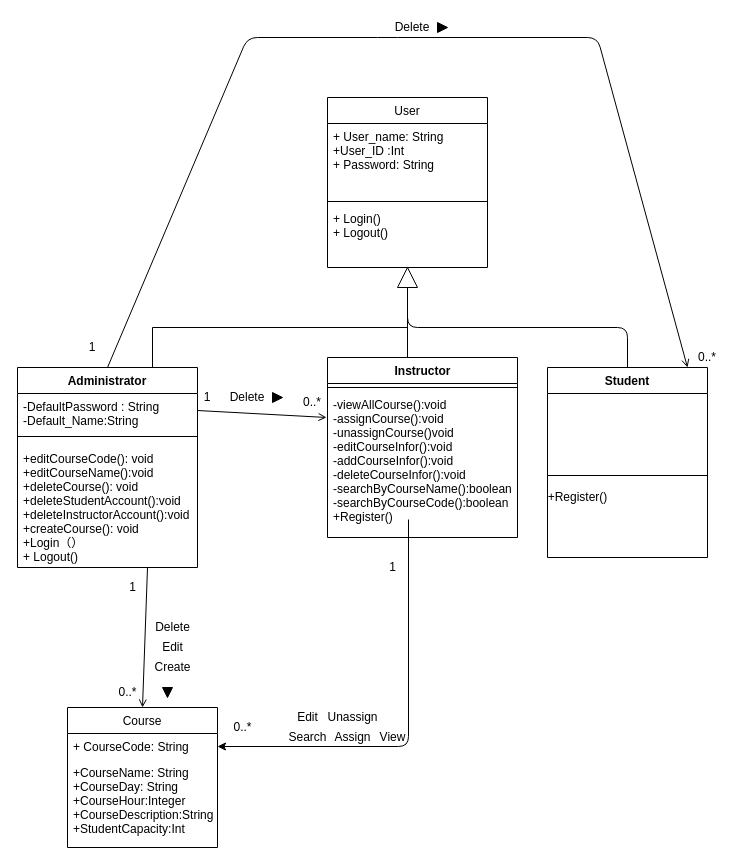
Earlier version of the draw.io diagram SEG2105_Project.drawio (Ze-48346/SEG2105_Project_Work). Source tidied: cells renumbered, new cells numbered last; positions are measured from the earlier drawing's top-left corner, leaving out a move shared by most shapes. Both pictures are drawn from the tidied source at 100%, with x=0, y=0 at pixel (17, 17).
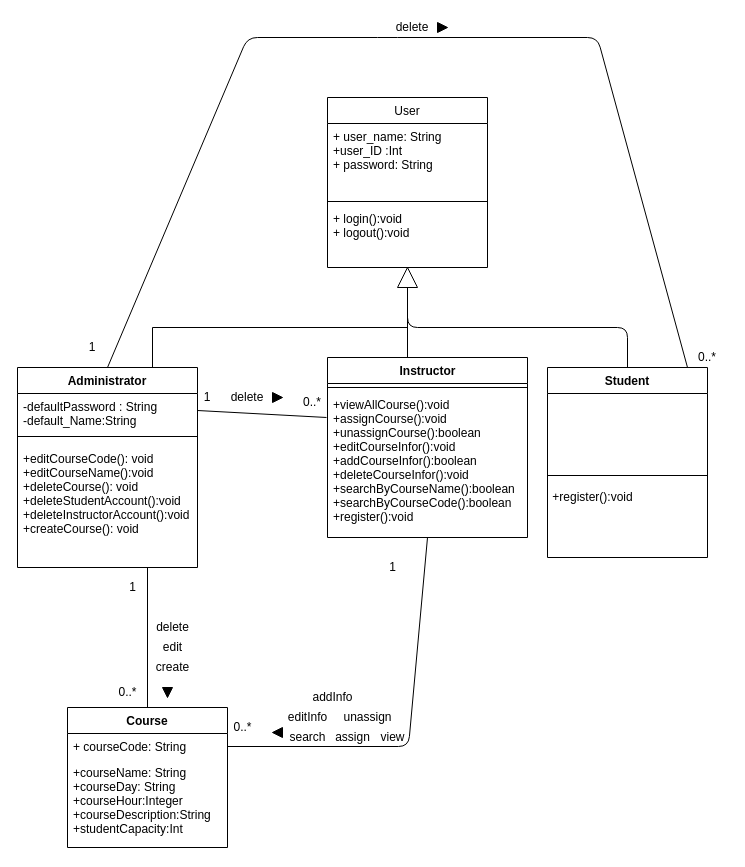
After the change.

The change refers to these unchanged cells:
```xml
<mxCell id="3" value="User" style="swimlane;fontStyle=0;align=center;verticalAlign=top;horizontal=1;startSize=26;" parent="1" vertex="1">
  <mxGeometry x="310" y="80" width="160" height="170" as="geometry" />
</mxCell>
<mxCell id="7" value=" Administrator" style="swimlane;fontStyle=1;align=center;verticalAlign=top;horizontal=1;startSize=26;" parent="1" vertex="1">
  <mxGeometry y="350" width="180" height="200" as="geometry" />
</mxCell>
<mxCell id="28" value="0..*" style="text;html=1;strokeColor=none;fillColor=none;align=center;verticalAlign=middle;whiteSpace=wrap;rounded=0;" parent="1" vertex="1">
  <mxGeometry x="670" y="330" width="40" height="20" as="geometry" />
</mxCell>
```

The edit, as a diff of the source:
```diff
@@
-    <mxCell id="4" value="+ User_name: String&#10;+User_ID :Int&#10;+ Password: String" style="text;strokeColor=none;fillColor=none;align=left;verticalAlign=top;spacingLeft=4;spacingRight=4;overflow=hidden;" parent="3" vertex="1">
+    <mxCell id="4" value="+ user_name: String&#10;+user_ID :Int&#10;+ password: String" style="text;strokeColor=none;fillColor=none;align=left;verticalAlign=top;spacingLeft=4;spacingRight=4;overflow=hidden;" parent="3" vertex="1">
       <mxGeometry y="26" width="160" height="74" as="geometry" />
     </mxCell>
@@
-    <mxCell id="6" value="+ Login()&#10;+ Logout()&#10;&#10;" style="text;strokeColor=none;fillColor=none;align=left;verticalAlign=top;spacingLeft=4;spacingRight=4;overflow=hidden;" parent="3" vertex="1">
+    <mxCell id="6" value="+ login():void&#10;+ logout():void&#10;&#10;" style="text;strokeColor=none;fillColor=none;align=left;verticalAlign=top;spacingLeft=4;spacingRight=4;overflow=hidden;" parent="3" vertex="1">
       <mxGeometry y="108" width="160" height="62" as="geometry" />
     </mxCell>
@@
-    <mxCell id="8" value="-DefaultPassword : String&#10;-Default_Name:String&#10;" style="text;strokeColor=none;fillColor=none;align=left;verticalAlign=top;spacingLeft=4;spacingRight=4;overflow=hidden;points=[[0,0.5],[1,0.5]];portConstraint=eastwest;" parent="7" vertex="1">
+    <mxCell id="8" value="-defaultPassword : String&#10;-default_Name:String&#10;" style="text;strokeColor=none;fillColor=none;align=left;verticalAlign=top;spacingLeft=4;spacingRight=4;overflow=hidden;points=[[0,0.5],[1,0.5]];portConstraint=eastwest;" parent="7" vertex="1">
       <mxGeometry y="26" width="180" height="34" as="geometry" />
     </mxCell>
@@
-    <mxCell id="10" value="+editCourseCode(): void&#10;+editCourseName():void&#10;+deleteCourse(): void&#10;+deleteStudentAccount():void&#10;+deleteInstructorAccount():void&#10;+createCourse(): void&#10;+Login（）&#10;+ Logout()&#10;&#10;" style="text;strokeColor=none;fillColor=none;align=left;verticalAlign=top;spacingLeft=4;spacingRight=4;overflow=hidden;" parent="7" vertex="1">
+    <mxCell id="10" value="+editCourseCode(): void&#10;+editCourseName():void&#10;+deleteCourse(): void&#10;+deleteStudentAccount():void&#10;+deleteInstructorAccount():void&#10;+createCourse(): void&#10;&#10;" style="text;strokeColor=none;fillColor=none;align=left;verticalAlign=top;spacingLeft=4;spacingRight=4;overflow=hidden;" parent="7" vertex="1">
       <mxGeometry y="78" width="180" height="122" as="geometry" />
     </mxCell>
@@
-    <mxCell id="14" value="Course" style="swimlane;fontStyle=0;horizontal=1;startSize=26;fillColor=none;" parent="1" vertex="1">
-      <mxGeometry x="50" y="690" width="150" height="140" as="geometry" />
+    <mxCell id="14" value="Course" style="swimlane;fontStyle=1;horizontal=1;startSize=26;fillColor=none;" parent="1" vertex="1">
+      <mxGeometry x="50" y="690" width="160" height="140" as="geometry" />
     </mxCell>
-    <mxCell id="15" value="+ CourseCode: String" style="text;strokeColor=none;fillColor=none;align=left;verticalAlign=top;spacingLeft=4;spacingRight=4;overflow=hidden;points=[[0,0.5],[1,0.5]];portConstraint=eastwest;" parent="14" vertex="1">
-      <mxGeometry y="26" width="150" height="26" as="geometry" />
+    <mxCell id="15" value="+ courseCode: String" style="text;strokeColor=none;fillColor=none;align=left;verticalAlign=top;spacingLeft=4;spacingRight=4;overflow=hidden;points=[[0,0.5],[1,0.5]];portConstraint=eastwest;" parent="14" vertex="1">
+      <mxGeometry y="26" width="160" height="26" as="geometry" />
     </mxCell>
-    <mxCell id="16" value="+CourseName: String &#10;+CourseDay: String&#10;+CourseHour:Integer&#10;+CourseDescription:String&#10;+StudentCapacity:Int&#10;&#10;&#10;" style="text;strokeColor=none;fillColor=none;align=left;verticalAlign=top;spacingLeft=4;spacingRight=4;overflow=hidden;" parent="14" vertex="1">
-      <mxGeometry y="52" width="150" height="88" as="geometry" />
+    <mxCell id="16" value="+courseName: String &#10;+courseDay: String&#10;+courseHour:Integer&#10;+courseDescription:String&#10;+studentCapacity:Int&#10;&#10;&#10;" style="text;strokeColor=none;fillColor=none;align=left;verticalAlign=top;spacingLeft=4;spacingRight=4;overflow=hidden;" parent="14" vertex="1">
+      <mxGeometry y="52" width="160" height="88" as="geometry" />
     </mxCell>
@@
-    <mxCell id="18" value="Create" style="text;html=1;align=center;verticalAlign=middle;strokeColor=none;" parent="1" vertex="1">
+    <mxCell id="18" value="create" style="text;html=1;align=center;verticalAlign=middle;strokeColor=none;" parent="1" vertex="1">
       <mxGeometry x="130" y="640" width="50" height="20" as="geometry" />
     </mxCell>
@@
-    <mxCell id="20" style="endArrow=open;html=1;entryX=-0.005;entryY=0.178;entryDx=0;entryDy=0;exitX=1;exitY=0.5;exitDx=0;exitDy=0;entryPerimeter=0;endFill=0;" parent="1" edge="1" source="8" target="38">
+    <mxCell id="20" style="endArrow=none;html=1;entryX=-0.005;entryY=0.178;entryDx=0;entryDy=0;exitX=1;exitY=0.5;exitDx=0;exitDy=0;entryPerimeter=0;endFill=0;" parent="1" edge="1" source="8" target="38">
       <mxGeometry relative="1" as="geometry" />
     </mxCell>
-    <mxCell id="21" value="Delete" style="text;html=1;strokeColor=none;fillColor=none;align=center;verticalAlign=middle;whiteSpace=wrap;rounded=0;" parent="1" vertex="1">
+    <mxCell id="21" value="delete" style="text;html=1;strokeColor=none;fillColor=none;align=center;verticalAlign=middle;whiteSpace=wrap;rounded=0;" parent="1" vertex="1">
       <mxGeometry x="210" y="370" width="40" height="20" as="geometry" />
     </mxCell>
@@
-    <mxCell id="25" style="endArrow=open;html=1;exitX=0.5;exitY=0;exitDx=0;exitDy=0;entryX=0;entryY=1;entryDx=0;entryDy=0;endFill=0;" parent="1" edge="1" source="7" target="28">
+    <mxCell id="25" style="endArrow=none;html=1;exitX=0.5;exitY=0;exitDx=0;exitDy=0;entryX=0;entryY=1;entryDx=0;entryDy=0;endFill=0;" parent="1" edge="1" source="7" target="28">
       <mxGeometry relative="1" as="geometry">
         <Array as="points">
           <mxPoint x="230" y="20" />
           <mxPoint x="370" y="20" />
           <mxPoint x="580" y="20" />
         </Array>
       </mxGeometry>
     </mxCell>
-    <mxCell id="26" value="Delete" style="text;html=1;strokeColor=none;fillColor=none;align=center;verticalAlign=middle;whiteSpace=wrap;rounded=0;" parent="1" vertex="1">
+    <mxCell id="26" value="delete" style="text;html=1;strokeColor=none;fillColor=none;align=center;verticalAlign=middle;whiteSpace=wrap;rounded=0;" parent="1" vertex="1">
       <mxGeometry x="375" width="40" height="20" as="geometry" />
     </mxCell>
@@
-    <mxCell id="30" value="Edit" style="text;html=1;align=center;verticalAlign=middle;strokeColor=none;" parent="1" vertex="1">
-      <mxGeometry x="135" y="620" width="40" height="20" as="geometry" />
+    <mxCell id="30" value="edit" style="text;html=1;align=center;verticalAlign=middle;strokeColor=none;" parent="1" vertex="1">
+      <mxGeometry x="140" y="620" width="30" height="20" as="geometry" />
     </mxCell>
-    <mxCell id="31" value="Delete" style="text;html=1;align=center;verticalAlign=middle;strokeColor=none;" parent="1" vertex="1">
+    <mxCell id="31" value="delete" style="text;html=1;align=center;verticalAlign=middle;strokeColor=none;" parent="1" vertex="1">
       <mxGeometry x="130" y="600" width="50" height="20" as="geometry" />
     </mxCell>
-    <mxCell id="32" style="endArrow=open;html=1;entryX=0.5;entryY=0;entryDx=0;entryDy=0;endFill=0;" parent="1" edge="1" target="14">
+    <mxCell id="32" style="endArrow=none;html=1;entryX=0.5;entryY=0;entryDx=0;entryDy=0;endFill=0;" parent="1" edge="1" target="14">
       <mxGeometry relative="1" as="geometry">
         <mxPoint x="130" y="550" as="sourcePoint" />
       </mxGeometry>
     </mxCell>
@@
     <mxCell id="36" value="Instructor" style="swimlane;fontStyle=1;align=center;verticalAlign=top;horizontal=1;startSize=26;rounded=0;fillColor=none;gradientColor=none;html=1;" parent="1" vertex="1">
-      <mxGeometry x="310" y="340" width="190" height="180" as="geometry" />
+      <mxGeometry x="310" y="340" width="200" height="180" as="geometry" />
     </mxCell>
     <mxCell id="37" style="line;strokeWidth=1;fillColor=none;align=left;verticalAlign=middle;spacingTop=-1;spacingLeft=3;spacingRight=3;labelPosition=right;" parent="36" vertex="1">
-      <mxGeometry y="26" width="190" height="8" as="geometry" />
+      <mxGeometry y="26" width="200" height="8" as="geometry" />
     </mxCell>
-    <mxCell id="38" value="-viewAllCourse():void&#10;-assignCourse():void&#10;-unassignCourse()void&#10;-editCourseInfor():void&#10;-addCourseInfor():void&#10;-deleteCourseInfor():void&#10;-searchByCourseName():boolean&#10;-searchByCourseCode():boolean&#10;+Register()&#10;" style="text;strokeColor=none;fillColor=none;align=left;verticalAlign=top;spacingLeft=4;spacingRight=4;overflow=hidden;points=[[0,0.5],[1,0.5]];portConstraint=eastwest;" parent="36" vertex="1">
-      <mxGeometry y="34" width="190" height="146" as="geometry" />
+    <mxCell id="38" value="+viewAllCourse():void&#10;+assignCourse():void&#10;+unassignCourse():boolean&#10;+editCourseInfor():void&#10;+addCourseInfor():boolean&#10;+deleteCourseInfor():void&#10;+searchByCourseName():boolean&#10;+searchByCourseCode():boolean&#10;+register():void&#10;" style="text;strokeColor=none;fillColor=none;align=left;verticalAlign=top;spacingLeft=4;spacingRight=4;overflow=hidden;points=[[0,0.5],[1,0.5]];portConstraint=eastwest;" parent="36" vertex="1">
+      <mxGeometry y="34" width="200" height="146" as="geometry" />
     </mxCell>
-    <mxCell id="39" style="endArrow=classic;html=1;entryX=1;entryY=0.5;entryDx=0;entryDy=0;" parent="1" edge="1" target="15">
+    <mxCell id="39" style="endArrow=none;html=1;entryX=1;entryY=0.5;entryDx=0;entryDy=0;exitX=0.5;exitY=1;exitDx=0;exitDy=0;endFill=0;" parent="1" edge="1" source="36" target="15">
       <mxGeometry relative="1" as="geometry">
-        <mxPoint x="391" y="502" as="sourcePoint" />
         <Array as="points">
           <mxPoint x="391" y="729" />
         </Array>
       </mxGeometry>
     </mxCell>
@@
-    <mxCell id="42" value="Search" style="text;html=1;align=center;verticalAlign=middle;strokeColor=none;" parent="1" vertex="1">
+    <mxCell id="42" value="search" style="text;html=1;align=center;verticalAlign=middle;strokeColor=none;" parent="1" vertex="1">
       <mxGeometry x="265" y="710" width="50" height="20" as="geometry" />
     </mxCell>
-    <mxCell id="43" value="Edit" style="text;html=1;align=center;verticalAlign=middle;strokeColor=none;" parent="1" vertex="1">
-      <mxGeometry x="270" y="690" width="40" height="20" as="geometry" />
+    <mxCell id="43" value="editInfo" style="text;html=1;align=center;verticalAlign=middle;strokeColor=none;" parent="1" vertex="1">
+      <mxGeometry x="265" y="690" width="50" height="20" as="geometry" />
     </mxCell>
-    <mxCell id="44" value="Assign" style="text;html=1;align=center;verticalAlign=middle;strokeColor=none;" parent="1" vertex="1">
+    <mxCell id="44" value="assign" style="text;html=1;align=center;verticalAlign=middle;strokeColor=none;" parent="1" vertex="1">
       <mxGeometry x="310" y="710" width="50" height="20" as="geometry" />
     </mxCell>
-    <mxCell id="45" value="View" style="text;html=1;align=center;verticalAlign=middle;strokeColor=none;" parent="1" vertex="1">
+    <mxCell id="45" value="view" style="text;html=1;align=center;verticalAlign=middle;strokeColor=none;" parent="1" vertex="1">
       <mxGeometry x="355" y="710" width="40" height="20" as="geometry" />
     </mxCell>
-    <mxCell id="46" value="Unassign" style="text;html=1;align=center;verticalAlign=middle;strokeColor=none;" parent="1" vertex="1">
-      <mxGeometry x="305" y="690" width="60" height="20" as="geometry" />
+    <mxCell id="46" value="unassign" style="text;html=1;align=center;verticalAlign=middle;strokeColor=none;" parent="1" vertex="1">
+      <mxGeometry x="320" y="690" width="60" height="20" as="geometry" />
     </mxCell>
-    <mxCell id="47" value="+Register()" style="text;html=1;align=center;verticalAlign=middle;strokeColor=none;" parent="1" vertex="1">
-      <mxGeometry x="525" y="470" width="70" height="20" as="geometry" />
+    <mxCell id="47" value="+register():void" style="text;html=1;align=center;verticalAlign=middle;strokeColor=none;" parent="1" vertex="1">
+      <mxGeometry x="530" y="470" width="90" height="20" as="geometry" />
     </mxCell>
+    <mxCell id="48" style="triangle;whiteSpace=wrap;html=1;direction=south;fillColor=#000000;rotation=90;" parent="1" vertex="1">
+      <mxGeometry x="255" y="710" width="10" height="10" as="geometry" />
+    </mxCell>
+    <mxCell id="49" value="addInfo" style="text;html=1;align=center;verticalAlign=middle;strokeColor=none;" parent="1" vertex="1">
+      <mxGeometry x="290" y="670" width="50" height="20" as="geometry" />
+    </mxCell>
```
